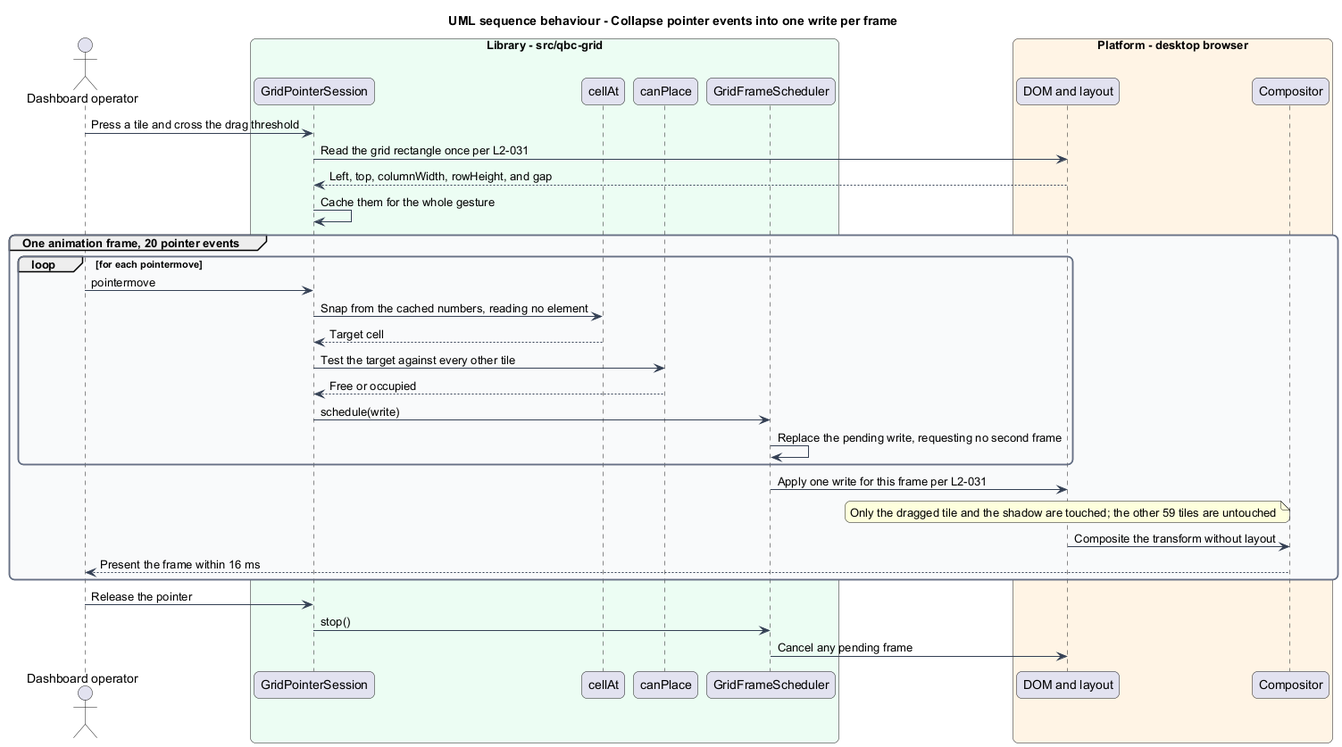
Earlier version of the PlantUML export docs/detailed-designs/library-delivery/hold-the-frame-budget/diagrams/sequence-frame-budget.png (QuinntyneBrown/qbc-grid).
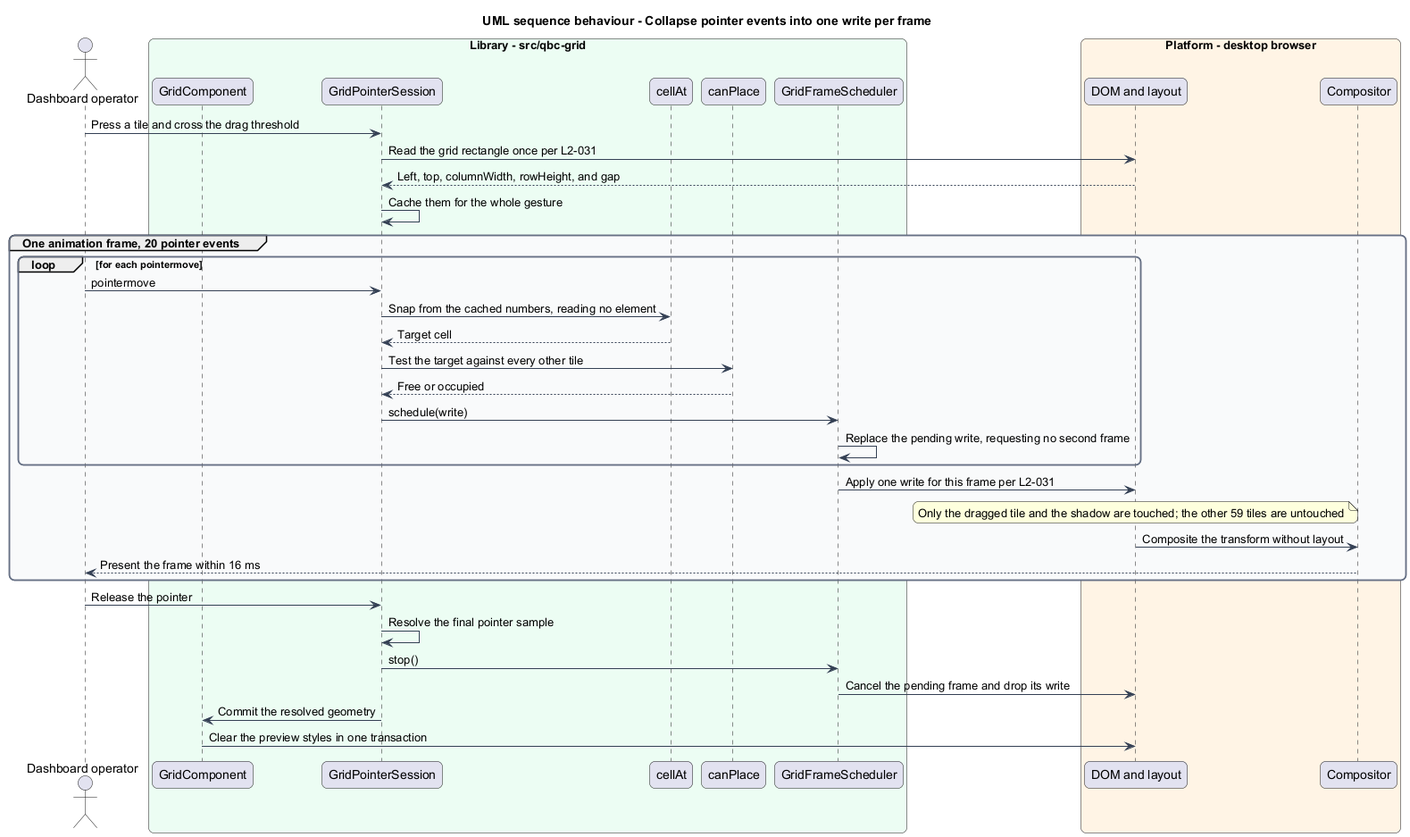
After the commit.

Commit message:
specs: give a gesture a lifecycle, one owner, and a measurable budget

The edit, as a diff of the source:
```diff
@@ -16,6 +16,7 @@
 }
 actor "Dashboard operator" as actor
 box "Library - src/qbc-grid" #ECFDF3
+  participant "GridComponent" as grid
   participant "GridPointerSession" as session
   participant "cellAt" as cellat
   participant "canPlace" as canplace
@@ -48,6 +49,9 @@
 end
 
 actor -> session : Release the pointer
+session -> session : Resolve the final pointer sample
 session -> scheduler : stop()
-scheduler -> dom : Cancel any pending frame
+scheduler -> dom : Cancel the pending frame and drop its write
+session -> grid : Commit the resolved geometry
+grid -> dom : Clear the preview styles in one transaction
 @enduml
```
